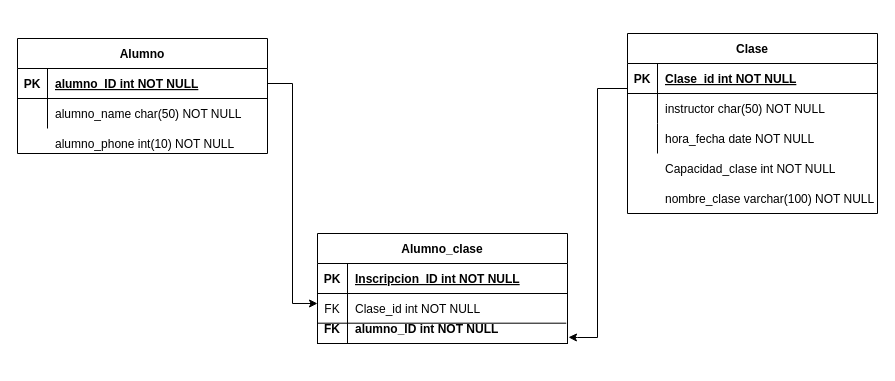
Earlier version of the draw.io diagram misc/Modelo Entidad-Relacion.drawio (ElGonan/HiTec). Source tidied: cells renumbered, new cells numbered last; positions are measured from the earlier drawing's top-left corner, leaving out a move shared by most shapes. Both pictures are drawn from the tidied source at 100%, with x=0, y=0 at pixel (17, 33).
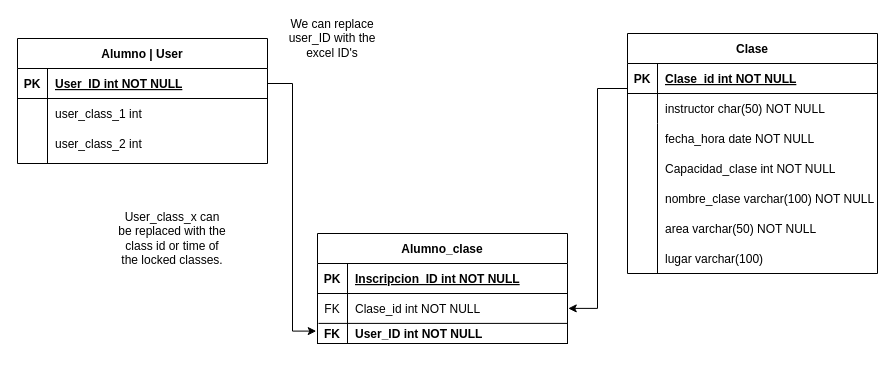
The same diagram, later.

The change refers to these unchanged cells:
```xml
<mxCell id="3" style="shape=partialRectangle;fillColor=none;points=[[0,0.5],[1,0.5]];portConstraint=eastwest;top=0;left=0;right=0;bottom=1;" parent="2" vertex="1">
  <mxGeometry y="30" width="250" height="30" as="geometry" />
</mxCell>
<mxCell id="9" style="shape=partialRectangle;fillColor=none;top=0;left=0;right=0;bottom=0;" parent="2" vertex="1">
  <mxGeometry y="90" width="250" height="30" as="geometry" />
</mxCell>
<mxCell id="13" style="shape=partialRectangle;fillColor=none;points=[[0,0.5],[1,0.5]];portConstraint=eastwest;top=0;left=0;right=0;bottom=1;" parent="12" vertex="1">
  <mxGeometry y="30" width="250" height="30" as="geometry" />
</mxCell>
<mxCell id="16" style="shape=partialRectangle;fillColor=none;top=0;left=0;right=0;bottom=0;" parent="12" vertex="1">
  <mxGeometry y="60" width="250" height="30" as="geometry" />
</mxCell>
<mxCell id="27" style="shape=partialRectangle;fillColor=none;points=[[0,0.5],[1,0.5]];portConstraint=eastwest;top=0;left=0;right=0;bottom=0;" parent="23" vertex="1">
  <mxGeometry y="60" width="250" height="30" as="geometry" />
</mxCell>
```

What changed in the source:
```diff
@@
     <mxCell id="2" value="Clase" style="shape=table;startSize=30;childLayout=tableLayout;rowLines=0;fontStyle=1;align=center;" parent="1" vertex="1">
-      <mxGeometry x="610" width="250" height="180" as="geometry" />
+      <mxGeometry x="610" width="250" height="240" as="geometry" />
     </mxCell>
@@
-    <mxCell id="11" value="hora_fecha date NOT NULL" style="shape=partialRectangle;overflow=hidden;fillColor=none;top=0;left=0;bottom=0;right=0;align=left;spacingLeft=6;" parent="9" vertex="1">
+    <mxCell id="11" value="fecha_hora date NOT NULL" style="shape=partialRectangle;overflow=hidden;fillColor=none;top=0;left=0;bottom=0;right=0;align=left;spacingLeft=6;" parent="9" vertex="1">
       <mxGeometry x="30" width="220" height="30" as="geometry" />
     </mxCell>
-    <mxCell id="12" value="Alumno" style="shape=table;startSize=30;childLayout=tableLayout;rowLines=0;fontStyle=1;align=center;" parent="1" vertex="1">
-      <mxGeometry y="5" width="250" height="115" as="geometry" />
+    <mxCell id="12" value="Alumno | User" style="shape=table;startSize=30;childLayout=tableLayout;rowLines=0;fontStyle=1;align=center;" parent="1" vertex="1">
+      <mxGeometry y="5" width="250" height="125" as="geometry" />
     </mxCell>
@@
-    <mxCell id="15" value="alumno_ID int NOT NULL" style="shape=partialRectangle;overflow=hidden;fillColor=none;top=0;left=0;bottom=0;right=0;align=left;spacingLeft=6;fontStyle=5;" parent="13" vertex="1">
+    <mxCell id="15" value="User_ID int NOT NULL" style="shape=partialRectangle;overflow=hidden;fillColor=none;top=0;left=0;bottom=0;right=0;align=left;spacingLeft=6;fontStyle=5;" parent="13" vertex="1">
       <mxGeometry x="30" width="220" height="30" as="geometry" />
     </mxCell>
@@
-    <mxCell id="18" value="alumno_name char(50) NOT NULL" style="shape=partialRectangle;overflow=hidden;fillColor=none;top=0;left=0;bottom=0;right=0;align=left;spacingLeft=6;" parent="16" vertex="1">
+    <mxCell id="18" value="user_class_1 int" style="shape=partialRectangle;overflow=hidden;fillColor=none;top=0;left=0;bottom=0;right=0;align=left;spacingLeft=6;" parent="16" vertex="1">
       <mxGeometry x="30" width="220" height="30" as="geometry" />
     </mxCell>
-    <mxCell id="19" value="alumno_phone int(10) NOT NULL" style="shape=partialRectangle;overflow=hidden;fillColor=none;top=0;left=0;bottom=0;right=0;align=left;spacingLeft=6;" parent="1" vertex="1">
+    <mxCell id="19" value="user_class_2 int" style="shape=partialRectangle;overflow=hidden;fillColor=none;top=0;left=0;bottom=0;right=0;align=left;spacingLeft=6;" parent="1" vertex="1">
       <mxGeometry x="30" y="95" width="220" height="30" as="geometry" />
     </mxCell>
@@
-    <mxCell id="21" style="edgeStyle=orthogonalEdgeStyle;rounded=0;jettySize=auto;html=1;entryX=1.004;entryY=0.793;entryDx=0;entryDy=0;entryPerimeter=0;" parent="1" edge="1" source="3" target="33">
+    <mxCell id="21" style="edgeStyle=orthogonalEdgeStyle;rounded=0;jettySize=auto;html=1;entryX=1.003;entryY=0.122;entryDx=0;entryDy=0;entryPerimeter=0;" parent="1" edge="1" source="3" target="33">
       <mxGeometry relative="1" as="geometry">
         <Array as="points">
           <mxPoint x="580" y="55" />
-          <mxPoint x="580" y="304" />
-          <mxPoint x="560" y="304" />
+          <mxPoint x="580" y="275" />
         </Array>
       </mxGeometry>
     </mxCell>
@@
-    <mxCell id="31" style="edgeStyle=orthogonalEdgeStyle;rounded=0;jettySize=auto;html=1;entryX=0;entryY=0.333;entryDx=0;entryDy=0;entryPerimeter=0;" parent="1" edge="1" source="13" target="27">
+    <mxCell id="31" style="edgeStyle=orthogonalEdgeStyle;rounded=0;jettySize=auto;html=1;entryX=-0.005;entryY=0.69;entryDx=0;entryDy=0;entryPerimeter=0;" parent="1" edge="1" source="13" target="33">
       <mxGeometry relative="1" as="geometry" />
     </mxCell>
@@
     <mxCell id="33" style="shape=partialRectangle;fillColor=none;points=[[0,0.5],[1,0.5]];portConstraint=eastwest;top=0;left=0;right=0;bottom=1;" parent="1" vertex="1">
-      <mxGeometry x="300" y="280" width="250" height="30" as="geometry" />
+      <mxGeometry x="300" y="270" width="250" height="40" as="geometry" />
     </mxCell>
     <mxCell id="34" value="FK" style="shape=partialRectangle;overflow=hidden;fillColor=none;top=0;left=0;bottom=0;right=0;fontStyle=1;" parent="33" vertex="1">
-      <mxGeometry width="30" height="30" as="geometry" />
+      <mxGeometry y="20" width="30" height="20" as="geometry" />
     </mxCell>
-    <mxCell id="35" value="alumno_ID int NOT NULL" style="shape=partialRectangle;overflow=hidden;fillColor=none;top=0;left=0;bottom=0;right=0;align=left;spacingLeft=6;fontStyle=1;" parent="33" vertex="1">
-      <mxGeometry x="30" width="220" height="30" as="geometry" />
-    </mxCell>
-    <mxCell id="36" style="endArrow=none;html=1;rounded=0;exitX=-0.001;exitY=0.323;exitDx=0;exitDy=0;exitPerimeter=0;entryX=0.995;entryY=0.323;entryDx=0;entryDy=0;entryPerimeter=0;" parent="1" edge="1" source="33" target="33">
-      <mxGeometry relative="1" as="geometry" />
+    <mxCell id="36" style="endArrow=none;html=1;rounded=0;exitX=-0.001;exitY=0.323;exitDx=0;exitDy=0;exitPerimeter=0;entryX=0.995;entryY=0.323;entryDx=0;entryDy=0;entryPerimeter=0;" parent="1" edge="1">
+      <mxGeometry relative="1" as="geometry">
+        <mxPoint x="301" y="289.9" as="sourcePoint" />
+        <mxPoint x="550" y="289.9" as="targetPoint" />
+      </mxGeometry>
     </mxCell>
@@
+    <mxCell id="38" value="area varchar(50) NOT NULL" style="shape=partialRectangle;overflow=hidden;fillColor=none;top=0;left=0;bottom=0;right=0;align=left;spacingLeft=6;" parent="1" vertex="1">
+      <mxGeometry x="640" y="180" width="220" height="30" as="geometry" />
+    </mxCell>
+    <mxCell id="39" value="lugar varchar(100)" style="shape=partialRectangle;overflow=hidden;fillColor=none;top=0;left=0;bottom=0;right=0;align=left;spacingLeft=6;" parent="1" vertex="1">
+      <mxGeometry x="640" y="210" width="220" height="30" as="geometry" />
+    </mxCell>
+    <mxCell id="40" value="We can replace user_ID with the excel ID's" style="text;html=1;align=center;verticalAlign=middle;whiteSpace=wrap;rounded=0;" parent="1" vertex="1">
+      <mxGeometry x="260" y="-10" width="110" height="30" as="geometry" />
+    </mxCell>
+    <mxCell id="35" value="User_ID int NOT NULL" style="shape=partialRectangle;overflow=hidden;fillColor=none;top=0;left=0;bottom=0;right=0;align=left;spacingLeft=6;fontStyle=1;" parent="1" vertex="1">
+      <mxGeometry x="330" y="280" width="220" height="40" as="geometry" />
+    </mxCell>
+    <mxCell id="41" value="User_class_x can be replaced with the class id or time of the locked classes." style="text;html=1;align=center;verticalAlign=middle;whiteSpace=wrap;rounded=0;" parent="1" vertex="1">
+      <mxGeometry x="100" y="190" width="110" height="30" as="geometry" />
+    </mxCell>
+    <mxCell id="42" style="endArrow=none;html=1;rounded=0;" parent="1" edge="1">
+      <mxGeometry relative="1" as="geometry">
+        <mxPoint x="30" y="130" as="sourcePoint" />
+        <mxPoint x="30" y="40" as="targetPoint" />
+      </mxGeometry>
+    </mxCell>
+    <mxCell id="43" style="endArrow=none;html=1;rounded=0;" parent="1" edge="1">
+      <mxGeometry relative="1" as="geometry">
+        <mxPoint x="640" y="240" as="sourcePoint" />
+        <mxPoint x="640" y="110" as="targetPoint" />
+      </mxGeometry>
+    </mxCell>
```
